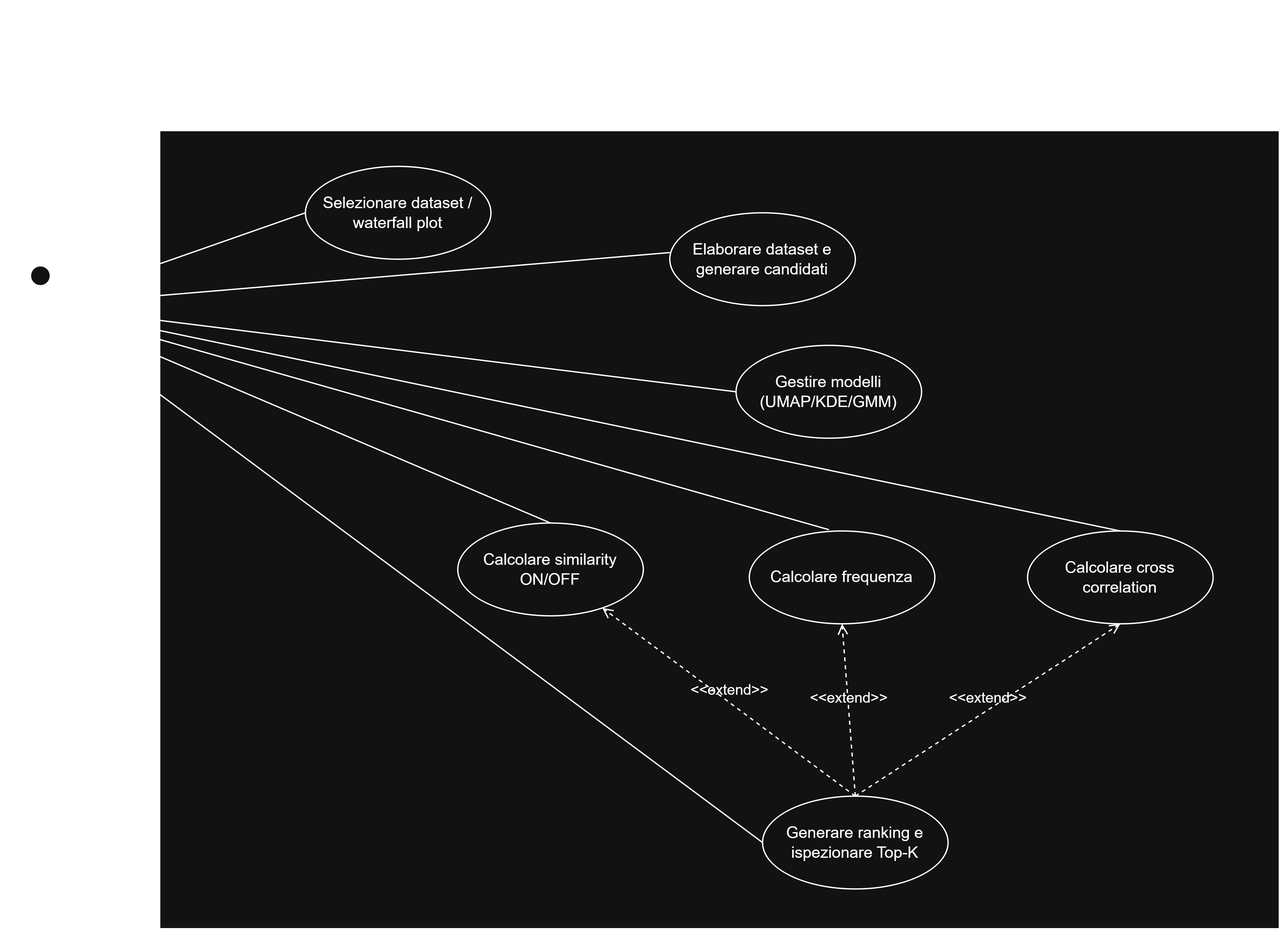
The draw.io diagram docs/uml/01_use_case/use_case_diagram.drawio.png in DavideDeplano/srt-anomaly-detection, before a commit. Source tidied: cells renumbered, new cells last; positions are measured from the earlier drawing's top-left corner, leaving out a move shared by most shapes.
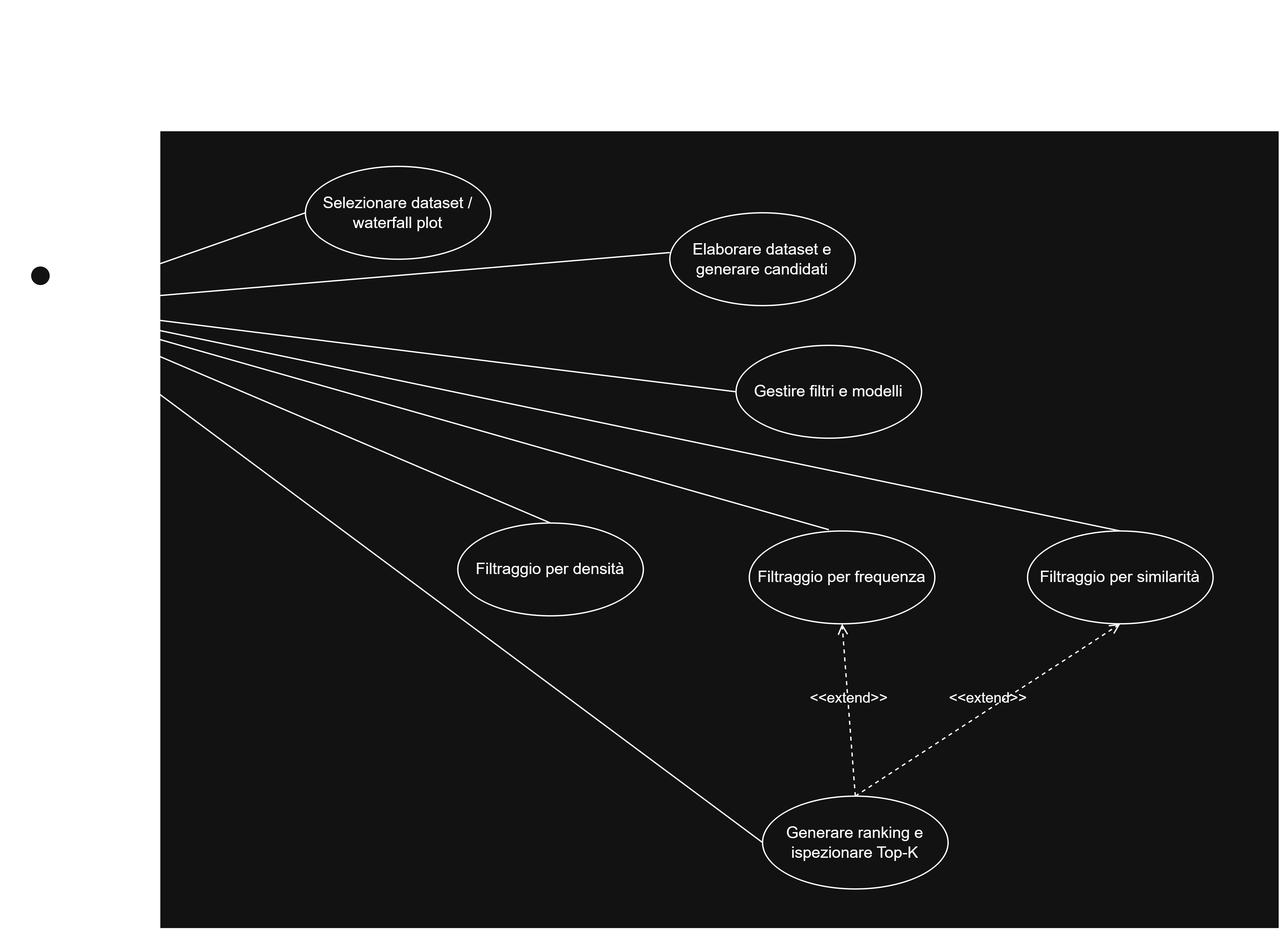
The same diagram one commit later.

Diff of the diagram source:
```diff
@@ -39,24 +39,21 @@
     <mxCell id="12" value="Elaborare dataset e generare candidati" style="ellipse;whiteSpace=wrap;html=1;" parent="1" vertex="1">
       <mxGeometry x="490" y="160" width="140" height="70" as="geometry" />
     </mxCell>
-    <mxCell id="13" value="Calcolare cross correlation" style="ellipse;whiteSpace=wrap;html=1;" parent="1" vertex="1">
+    <mxCell id="13" value="Filtraggio per similarità" style="ellipse;whiteSpace=wrap;html=1;" parent="1" vertex="1">
       <mxGeometry x="760" y="400" width="140" height="70" as="geometry" />
     </mxCell>
-    <mxCell id="14" value="Calcolare frequenza" style="ellipse;whiteSpace=wrap;html=1;" parent="1" vertex="1">
+    <mxCell id="14" value="Filtraggio per frequenza" style="ellipse;whiteSpace=wrap;html=1;" parent="1" vertex="1">
       <mxGeometry x="550" y="400" width="140" height="70" as="geometry" />
     </mxCell>
-    <mxCell id="15" value="Calcolare similarity ON/OFF" style="ellipse;whiteSpace=wrap;html=1;" parent="1" vertex="1">
+    <mxCell id="15" value="Filtraggio per densità" style="ellipse;whiteSpace=wrap;html=1;" parent="1" vertex="1">
       <mxGeometry x="330" y="394" width="140" height="70" as="geometry" />
     </mxCell>
     <mxCell id="16" value="Generare ranking e ispezionare Top-K" style="ellipse;whiteSpace=wrap;html=1;" parent="1" vertex="1">
       <mxGeometry x="560" y="600" width="140" height="70" as="geometry" />
     </mxCell>
-    <mxCell id="17" value="Gestire modelli (UMAP/KDE/GMM)" style="ellipse;whiteSpace=wrap;html=1;" parent="1" vertex="1">
+    <mxCell id="17" value="Gestire filtri e modelli" style="ellipse;whiteSpace=wrap;html=1;" parent="1" vertex="1">
       <mxGeometry x="540" y="260" width="140" height="70" as="geometry" />
     </mxCell>
-    <mxCell id="18" value="&amp;lt;&amp;lt;extend&amp;gt;&amp;gt;" style="html=1;verticalAlign=bottom;labelBackgroundColor=none;endArrow=open;endFill=0;dashed=1;rounded=0;exitX=0.5;exitY=0;exitDx=0;exitDy=0;" parent="1" edge="1" source="16" target="15">
-      <mxGeometry relative="1" as="geometry" />
-    </mxCell>
     <mxCell id="19" value="&amp;lt;&amp;lt;extend&amp;gt;&amp;gt;" style="html=1;verticalAlign=bottom;labelBackgroundColor=none;endArrow=open;endFill=0;dashed=1;rounded=0;entryX=0.5;entryY=1;entryDx=0;entryDy=0;exitX=0.5;exitY=0;exitDx=0;exitDy=0;" parent="1" edge="1" source="16" target="14">
       <mxGeometry relative="1" as="geometry" />
     </mxCell>
```
